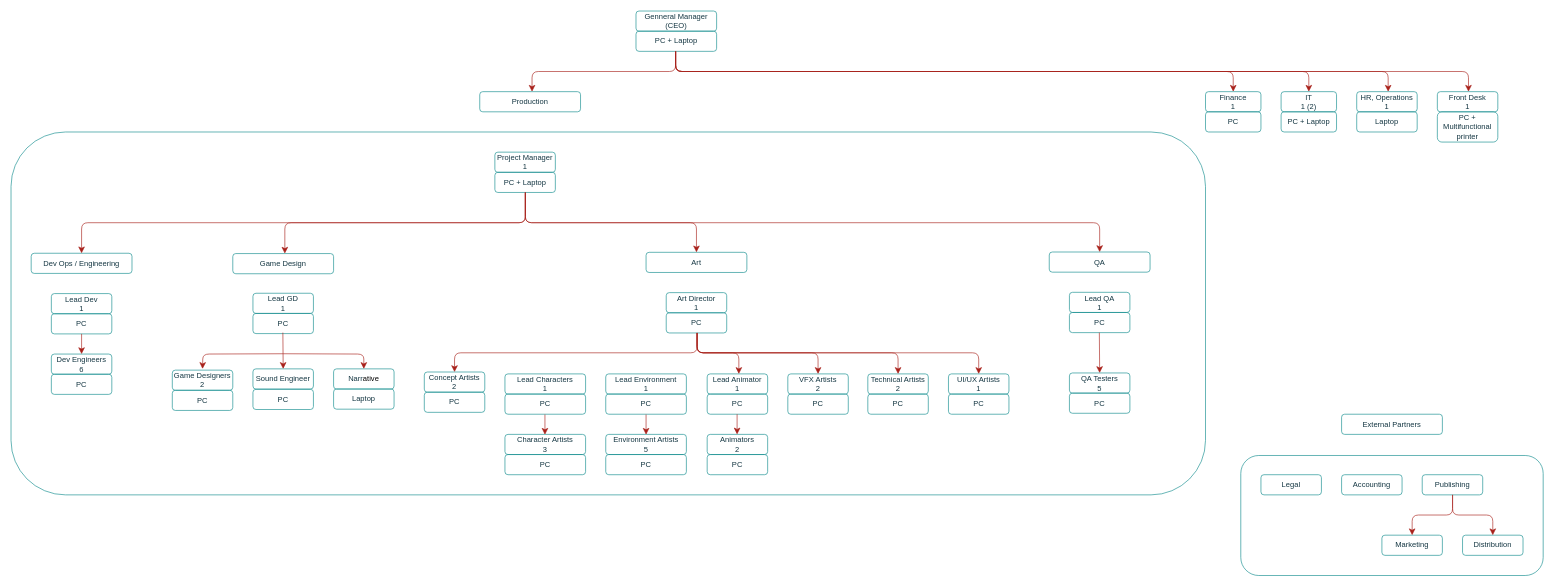
Earlier version of the draw.io diagram StormGuard_Organigrama_01.drawio (Singhar13/ITSchoolCyberSec_Project). Source tidied: cells renumbered, new cells numbered last; positions are measured from the earlier drawing's top-left corner, leaving out a move shared by most shapes. Both pictures are drawn from the tidied source at 63%, with x=0, y=0 at pixel (11, 11).
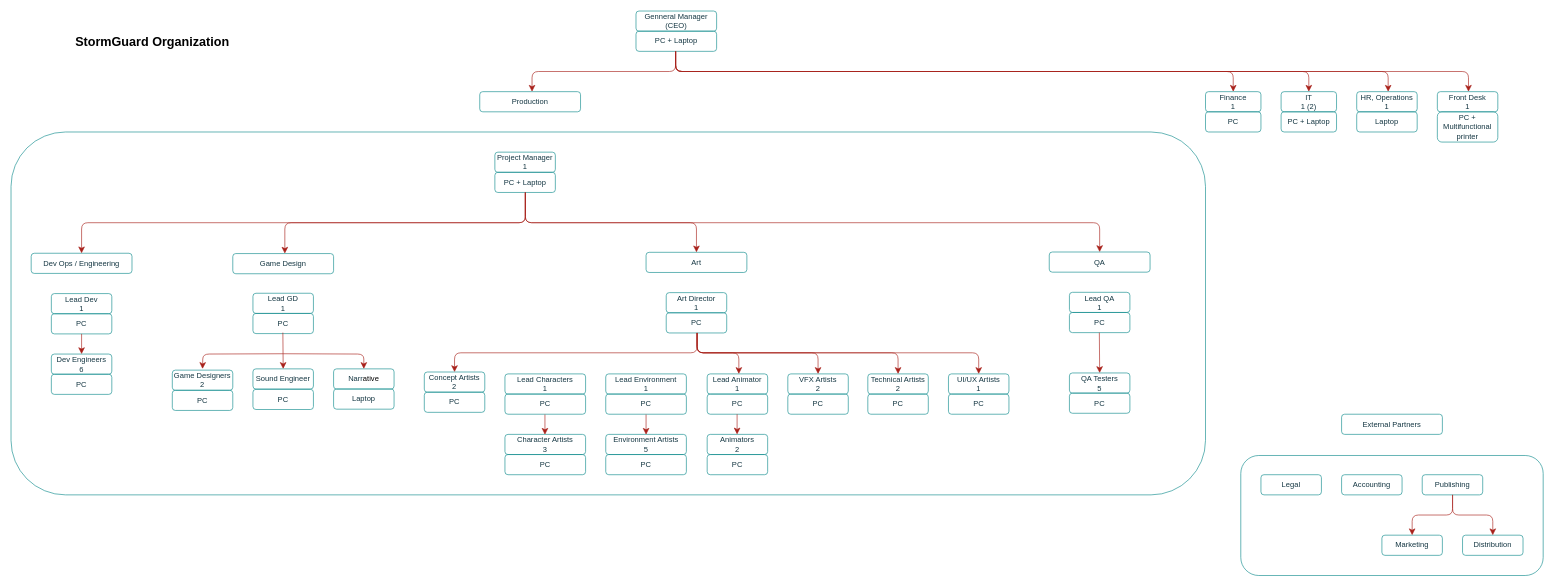
Above is the later version.

Commit message (it also covers changes not shown here):
Adaugat titlu

The edit, as a diff of the source:
```diff
@@
+    <mxCell id="89" value="StormGuard Organization" style="text;strokeColor=none;fillColor=none;html=1;fontSize=20;fontStyle=1;verticalAlign=middle;align=center;autosizeText=1;" parent="1" vertex="1">
+      <mxGeometry x="96" y="32" width="256" height="32" as="geometry" />
+    </mxCell>
```
